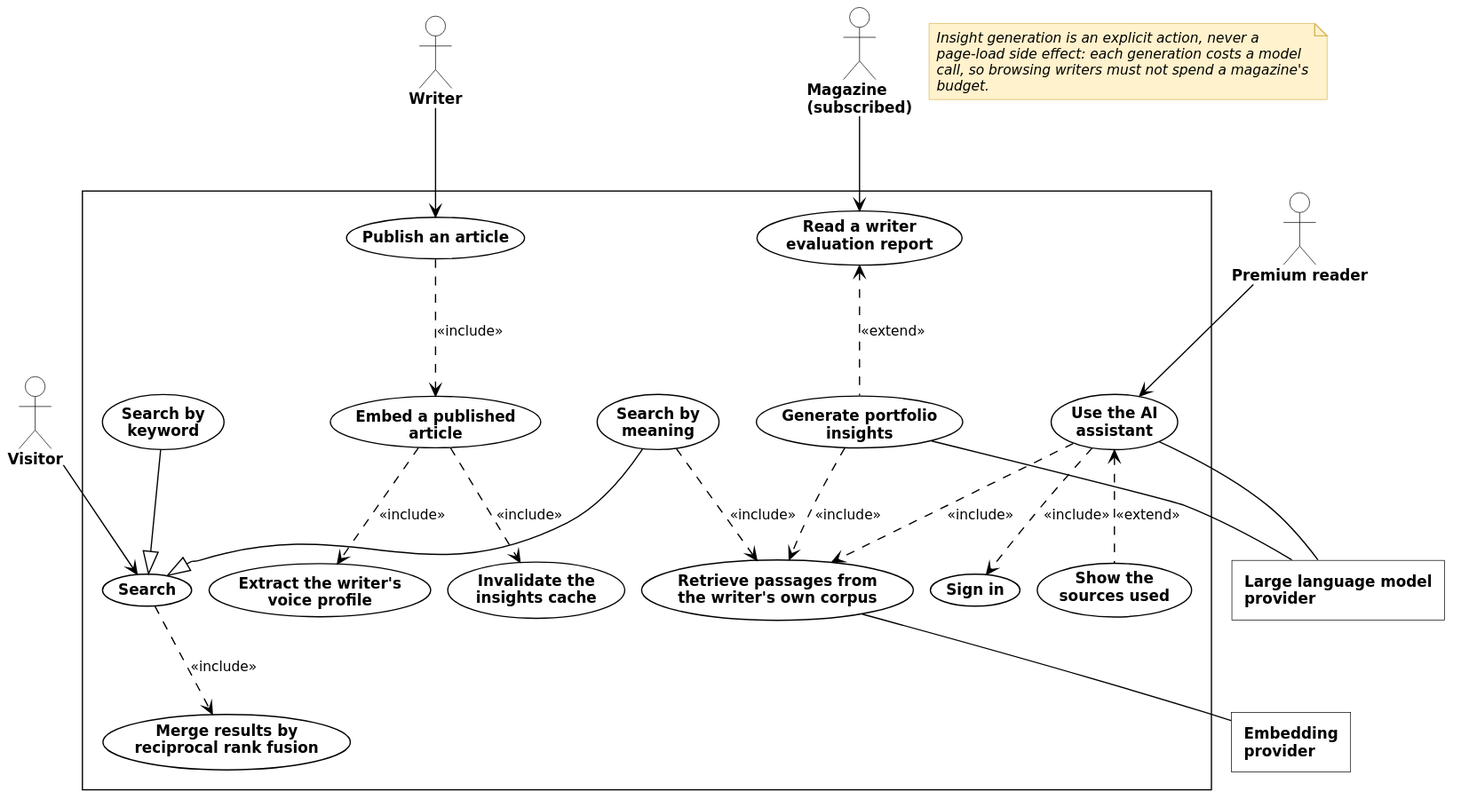
This is diagrams/fig-5-5-use-case-sprint-4/fig-5-5-use-case-sprint-4.svg from inkwell-dev/spec.inkwell.ai, a PlantUML export, as it was before one commit. Source of this version:
```plantuml
@startuml
!include ../_style.puml
skinparam nodesep 14
skinparam ranksep 60

actor "Visitor" as V
actor "Premium reader" as LP
actor "Writer" as R
actor "Magazine\n(subscribed)" as MA

rectangle {
  usecase "Sign in" as AUTH
  usecase "Search" as SEARCH
  usecase "Search by\nkeyword" as SEARCH1
  usecase "Search by\nmeaning" as SEARCH2
  usecase "Merge results by\nreciprocal rank fusion" as RRF
  usecase "Use the AI\nassistant" as AI
  usecase "Retrieve passages from\nthe writer's own corpus" as RETRIEVE
  usecase "Show the\nsources used" as SOURCES
  usecase "Publish an article" as PUBLISH
  usecase "Embed a published\narticle" as EMBED
  usecase "Extract the writer's\nvoice profile" as MEMORY
  usecase "Invalidate the\ninsights cache" as INVAL
  usecase "Read a writer\nevaluation report" as EVAL
  usecase "Generate portfolio\ninsights" as INSIGHTS
}

rectangle "Embedding\nprovider" as EXT1
rectangle "Large language model\nprovider" as EXT2

V  --> SEARCH
LP --> AI
R  --> PUBLISH
MA --> EVAL

SEARCH1 --|> SEARCH
SEARCH2 --|> SEARCH

SEARCH  ..> RRF : <<include>>
SEARCH2 ..> RETRIEVE : <<include>>
AI      ..> AUTH : <<include>>
AI      ..> RETRIEVE : <<include>>
AI      <.. SOURCES : <<extend>>
PUBLISH ..> EMBED : <<include>>
EMBED   ..> MEMORY : <<include>>
EMBED   ..> INVAL : <<include>>
EVAL    <.. INSIGHTS : <<extend>>
INSIGHTS ..> RETRIEVE : <<include>>

RETRIEVE -- EXT1
INSIGHTS -- EXT2
AI -- EXT2


note as N1
  Insight generation is an explicit action, never a
  page-load side effect: each generation costs a model
  call, so browsing writers must not spend a magazine's
  budget.
end note
@enduml
```
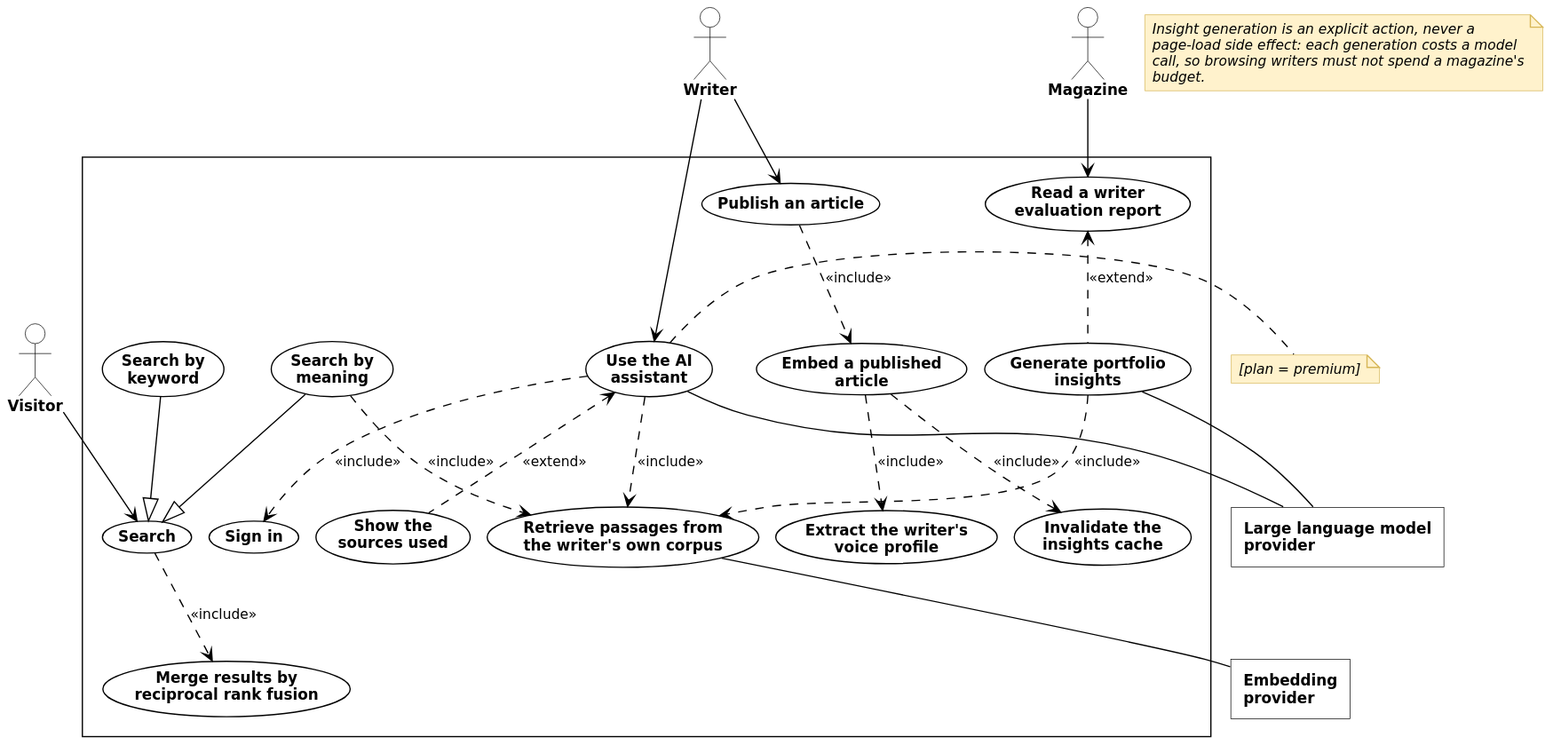
The same file after the commit.

What changed in the source:
```diff
@@ -4,9 +4,8 @@
 skinparam ranksep 60
 
 actor "Visitor" as V
-actor "Premium reader" as LP
 actor "Writer" as R
-actor "Magazine\n(subscribed)" as MA
+actor "Magazine" as MA
 
 rectangle {
   usecase "Sign in" as AUTH
@@ -29,7 +28,7 @@
 rectangle "Large language model\nprovider" as EXT2
 
 V  --> SEARCH
-LP --> AI
+R --> AI
 R  --> PUBLISH
 MA --> EVAL
 
@@ -58,4 +57,5 @@
   call, so browsing writers must not spend a magazine's
   budget.
 end note
+note right of AI : [plan = premium]
 @enduml
```
